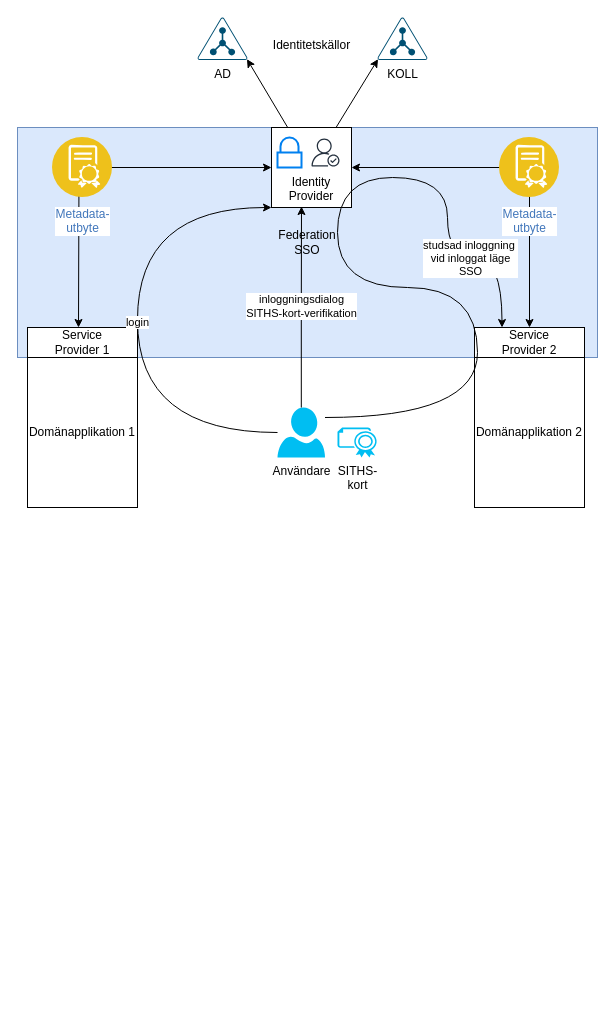
Above: SAML/Identitet och åtkomst.drawio in arizon-dread/drawio (draw.io), before the change. Source tidied: cells renumbered, new cells numbered last; positions are measured from the earlier drawing's top-left corner, leaving out a move shared by most shapes. Both pictures are drawn from the tidied source at 100%, with x=0, y=0 at pixel (17, 17).
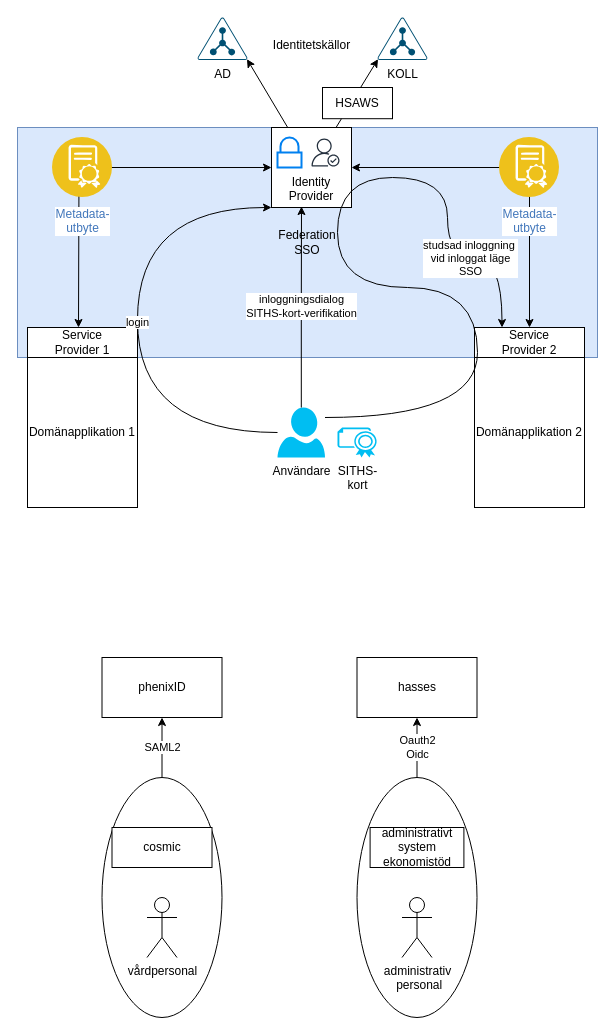
After the change.

Change to the diagram source:
```diff
@@
+    <mxCell id="24" value="HSAWS" style="rounded=0;whiteSpace=wrap;html=1;" parent="1" vertex="1">
+      <mxGeometry x="305" y="70" width="70" height="31.2" as="geometry" />
+    </mxCell>
+    <mxCell id="25" value="SAML2" style="edgeStyle=orthogonalEdgeStyle;rounded=0;jettySize=auto;html=1;" parent="1" edge="1" source="26" target="33">
+      <mxGeometry relative="1" as="geometry" />
+    </mxCell>
+    <mxCell id="26" style="ellipse;whiteSpace=wrap;html=1;" parent="1" vertex="1">
+      <mxGeometry x="84.5" y="760" width="120" height="240" as="geometry" />
+    </mxCell>
+    <mxCell id="27" value="Oauth2&lt;br&gt;Oidc" style="edgeStyle=orthogonalEdgeStyle;rounded=0;jettySize=auto;html=1;entryX=0.5;entryY=1;entryDx=0;entryDy=0;" parent="1" edge="1" source="28" target="34">
+      <mxGeometry relative="1" as="geometry" />
+    </mxCell>
+    <mxCell id="28" style="ellipse;whiteSpace=wrap;html=1;" parent="1" vertex="1">
+      <mxGeometry x="339.5" y="760" width="120" height="240" as="geometry" />
+    </mxCell>
+    <mxCell id="29" value="cosmic" style="rounded=0;whiteSpace=wrap;html=1;" parent="1" vertex="1">
+      <mxGeometry x="94.5" y="810" width="100" height="40" as="geometry" />
+    </mxCell>
+    <mxCell id="30" value="vårdpersonal" style="shape=umlActor;verticalLabelPosition=bottom;verticalAlign=top;html=1;" parent="1" vertex="1">
+      <mxGeometry x="129.5" y="880" width="30" height="60" as="geometry" />
+    </mxCell>
+    <mxCell id="31" value="administrativt&lt;div&gt;system&lt;/div&gt;&lt;div&gt;ekonomistöd&lt;/div&gt;" style="rounded=0;whiteSpace=wrap;html=1;" parent="1" vertex="1">
+      <mxGeometry x="352.6" y="810" width="93.8" height="40" as="geometry" />
+    </mxCell>
+    <mxCell id="32" value="administrativ&lt;div&gt;&amp;nbsp;personal&lt;/div&gt;" style="shape=umlActor;verticalLabelPosition=bottom;verticalAlign=top;html=1;" parent="1" vertex="1">
+      <mxGeometry x="384.5" y="880" width="30" height="60" as="geometry" />
+    </mxCell>
+    <mxCell id="33" value="phenixID" style="rounded=0;whiteSpace=wrap;html=1;" parent="1" vertex="1">
+      <mxGeometry x="84.5" y="640" width="120" height="60" as="geometry" />
+    </mxCell>
+    <mxCell id="34" value="hasses" style="rounded=0;whiteSpace=wrap;html=1;" parent="1" vertex="1">
+      <mxGeometry x="339.5" y="640" width="120" height="60" as="geometry" />
+    </mxCell>
```
